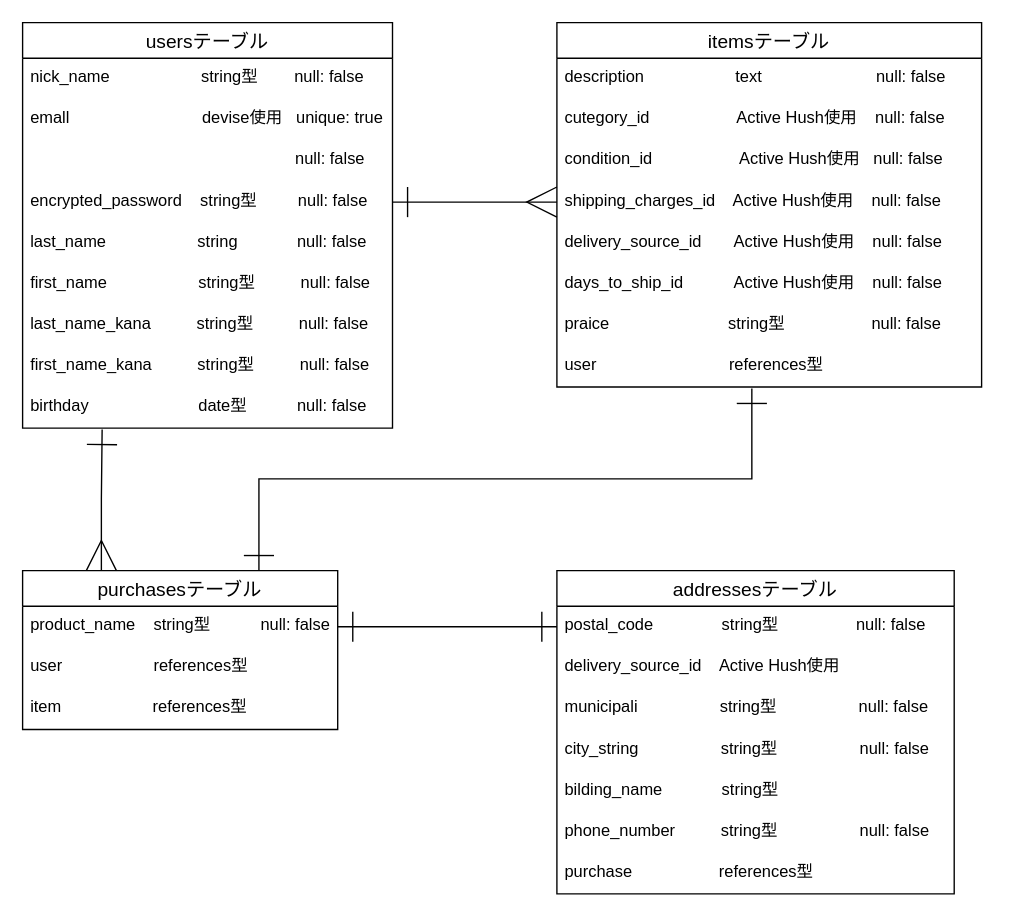
Earlier version of the draw.io diagram ER1.dio (hasemoku/furima-35430). Source tidied: cells renumbered, new cells numbered last; positions are measured from the earlier drawing's top-left corner, leaving out a move shared by most shapes. Both pictures are drawn from the tidied source at 137%, with x=0, y=0 at pixel (22, 22).
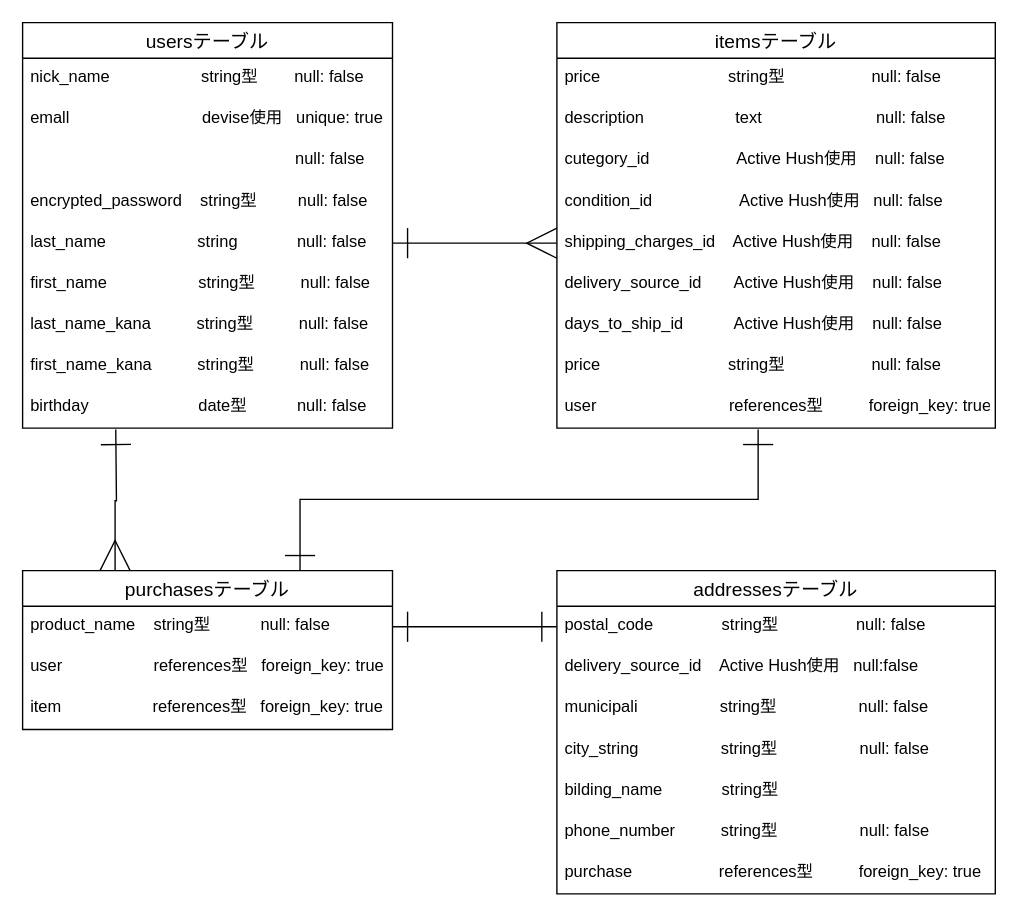
The same page after the edit.

The change refers to these unchanged cells:
```xml
<mxCell id="6" value=" encrypted_password    string型         null: false " style="text;strokeColor=none;fillColor=none;spacingLeft=4;spacingRight=4;overflow=hidden;points=[[0,0.5],[1,0.5]];portConstraint=eastwest;fontSize=12;" parent="2" vertex="1">
  <mxGeometry y="116" width="270" height="30" as="geometry" />
</mxCell>
<mxCell id="7" value="last_name                    string             null: false" style="text;strokeColor=none;fillColor=none;spacingLeft=4;spacingRight=4;overflow=hidden;points=[[0,0.5],[1,0.5]];portConstraint=eastwest;fontSize=12;" parent="2" vertex="1">
  <mxGeometry y="146" width="270" height="30" as="geometry" />
</mxCell>
<mxCell id="11" value="birthday                        date型           null: false" style="text;strokeColor=none;fillColor=none;spacingLeft=4;spacingRight=4;overflow=hidden;points=[[0,0.5],[1,0.5]];portConstraint=eastwest;fontSize=12;" parent="2" vertex="1">
  <mxGeometry y="266" width="270" height="30" as="geometry" />
</mxCell>
```

Diff of the diagram source:
```diff
@@
     <mxCell id="12" value="itemsテーブル" style="swimlane;fontStyle=0;horizontal=1;startSize=26;align=center;fontSize=14;" parent="1" vertex="1">
-      <mxGeometry x="390" width="310" height="266" as="geometry" />
+      <mxGeometry x="390" width="320" height="296" as="geometry" />
     </mxCell>
+    <mxCell id="37" value="price                            string型                   null: false" style="text;strokeColor=none;fillColor=none;spacingLeft=4;spacingRight=4;overflow=hidden;fontSize=12;" parent="12" vertex="1">
+      <mxGeometry y="26" width="320" height="30" as="geometry" />
+    </mxCell>
     <mxCell id="13" value="description                    text                         null: false" style="text;strokeColor=none;fillColor=none;spacingLeft=4;spacingRight=4;overflow=hidden;fontSize=12;" parent="12" vertex="1">
-      <mxGeometry y="26" width="310" height="30" as="geometry" />
+      <mxGeometry y="56" width="320" height="30" as="geometry" />
     </mxCell>
     <mxCell id="14" value="cutegory_id                   Active Hush使用    null: false" style="text;strokeColor=none;fillColor=none;spacingLeft=4;spacingRight=4;overflow=hidden;fontSize=12;" parent="12" vertex="1">
-      <mxGeometry y="56" width="310" height="30" as="geometry" />
+      <mxGeometry y="86" width="320" height="30" as="geometry" />
     </mxCell>
     <mxCell id="15" value="condition_id                   Active Hush使用   null: false" style="text;strokeColor=none;fillColor=none;spacingLeft=4;spacingRight=4;overflow=hidden;fontSize=12;" parent="12" vertex="1">
-      <mxGeometry y="86" width="310" height="30" as="geometry" />
+      <mxGeometry y="116" width="320" height="30" as="geometry" />
     </mxCell>
     <mxCell id="16" value="shipping_charges_id    Active Hush使用    null: false" style="text;strokeColor=none;fillColor=none;spacingLeft=4;spacingRight=4;overflow=hidden;points=[[0,0.5],[1,0.5]];portConstraint=eastwest;fontSize=12;" parent="12" vertex="1">
-      <mxGeometry y="116" width="310" height="30" as="geometry" />
+      <mxGeometry y="146" width="320" height="30" as="geometry" />
     </mxCell>
     <mxCell id="17" value="delivery_source_id       Active Hush使用    null: false" style="text;strokeColor=none;fillColor=none;spacingLeft=4;spacingRight=4;overflow=hidden;fontSize=12;" parent="12" vertex="1">
-      <mxGeometry y="146" width="310" height="30" as="geometry" />
+      <mxGeometry y="176" width="320" height="30" as="geometry" />
     </mxCell>
     <mxCell id="18" value="days_to_ship_id           Active Hush使用    null: false" style="text;strokeColor=none;fillColor=none;spacingLeft=4;spacingRight=4;overflow=hidden;fontSize=12;" parent="12" vertex="1">
-      <mxGeometry y="176" width="310" height="30" as="geometry" />
+      <mxGeometry y="206" width="320" height="30" as="geometry" />
     </mxCell>
-    <mxCell id="19" value="praice                          string型                   null: false" style="text;strokeColor=none;fillColor=none;spacingLeft=4;spacingRight=4;overflow=hidden;fontSize=12;" parent="12" vertex="1">
-      <mxGeometry y="206" width="310" height="30" as="geometry" />
+    <mxCell id="19" value="price                            string型                   null: false" style="text;strokeColor=none;fillColor=none;spacingLeft=4;spacingRight=4;overflow=hidden;fontSize=12;" parent="12" vertex="1">
+      <mxGeometry y="236" width="320" height="30" as="geometry" />
     </mxCell>
-    <mxCell id="20" value="user                             references型" style="text;strokeColor=none;fillColor=none;spacingLeft=4;spacingRight=4;overflow=hidden;points=[[0,0.5],[1,0.5]];portConstraint=eastwest;fontSize=12;" parent="12" vertex="1">
-      <mxGeometry y="236" width="310" height="30" as="geometry" />
+    <mxCell id="20" value="user                             references型          foreign_key: true" style="text;strokeColor=none;fillColor=none;spacingLeft=4;spacingRight=4;overflow=hidden;points=[[0,0.5],[1,0.5]];portConstraint=eastwest;fontSize=12;" parent="12" vertex="1">
+      <mxGeometry y="266" width="320" height="30" as="geometry" />
     </mxCell>
@@
-    <mxCell id="22" style="edgeStyle=orthogonalEdgeStyle;rounded=0;jettySize=auto;html=1;exitX=0.25;exitY=0;exitDx=0;exitDy=0;startArrow=ERmany;startFill=0;startSize=20;endArrow=ERone;endFill=0;endSize=20;entryX=0.215;entryY=1.033;entryDx=0;entryDy=0;entryPerimeter=0;" parent="1" edge="1" source="23" target="11">
-      <mxGeometry relative="1" as="geometry" />
+    <mxCell id="22" style="edgeStyle=orthogonalEdgeStyle;rounded=0;jettySize=auto;html=1;exitX=0.25;exitY=0;exitDx=0;exitDy=0;startArrow=ERmany;startFill=0;startSize=20;endArrow=ERone;endFill=0;endSize=20;" parent="1" edge="1" source="23">
+      <mxGeometry relative="1" as="geometry">
+        <mxPoint x="68" y="297" as="targetPoint" />
+      </mxGeometry>
     </mxCell>
     <mxCell id="23" value="purchasesテーブル" style="swimlane;fontStyle=0;horizontal=1;startSize=26;align=center;fontSize=14;" parent="1" vertex="1">
-      <mxGeometry y="400" width="230" height="116" as="geometry" />
+      <mxGeometry y="400" width="270" height="116" as="geometry" />
     </mxCell>
     <mxCell id="24" value="product_name    string型           null: false" style="text;strokeColor=none;fillColor=none;spacingLeft=4;spacingRight=4;overflow=hidden;points=[[0,0.5],[1,0.5]];portConstraint=eastwest;fontSize=12;" parent="23" vertex="1">
-      <mxGeometry y="26" width="230" height="30" as="geometry" />
+      <mxGeometry y="26" width="270" height="30" as="geometry" />
     </mxCell>
-    <mxCell id="25" value="user                    references型" style="text;strokeColor=none;fillColor=none;spacingLeft=4;spacingRight=4;overflow=hidden;fontSize=12;" parent="23" vertex="1">
-      <mxGeometry y="56" width="230" height="30" as="geometry" />
+    <mxCell id="25" value="user                    references型   foreign_key: true" style="text;strokeColor=none;fillColor=none;spacingLeft=4;spacingRight=4;overflow=hidden;fontSize=12;" parent="23" vertex="1">
+      <mxGeometry y="56" width="270" height="30" as="geometry" />
     </mxCell>
-    <mxCell id="26" value="item                    references型" style="text;strokeColor=none;fillColor=none;spacingLeft=4;spacingRight=4;overflow=hidden;fontSize=12;" parent="23" vertex="1">
-      <mxGeometry y="86" width="230" height="30" as="geometry" />
+    <mxCell id="26" value="item                    references型   foreign_key: true" style="text;strokeColor=none;fillColor=none;spacingLeft=4;spacingRight=4;overflow=hidden;fontSize=12;" parent="23" vertex="1">
+      <mxGeometry y="86" width="270" height="30" as="geometry" />
     </mxCell>
     <mxCell id="27" value="addressesテーブル" style="swimlane;fontStyle=0;horizontal=1;startSize=26;align=center;fontSize=14;" parent="1" vertex="1">
-      <mxGeometry x="390" y="400" width="290" height="236" as="geometry" />
+      <mxGeometry x="390" y="400" width="320" height="236" as="geometry" />
     </mxCell>
     <mxCell id="28" value="postal_code               string型                 null: false" style="text;strokeColor=none;fillColor=none;spacingLeft=4;spacingRight=4;overflow=hidden;points=[[0,0.5],[1,0.5]];portConstraint=eastwest;fontSize=12;" parent="27" vertex="1">
-      <mxGeometry y="26" width="290" height="30" as="geometry" />
+      <mxGeometry y="26" width="320" height="30" as="geometry" />
     </mxCell>
-    <mxCell id="29" value="delivery_source_id    Active Hush使用" style="text;strokeColor=none;fillColor=none;spacingLeft=4;spacingRight=4;overflow=hidden;fontSize=12;" parent="27" vertex="1">
-      <mxGeometry y="56" width="290" height="30" as="geometry" />
+    <mxCell id="29" value="delivery_source_id    Active Hush使用   null:false" style="text;strokeColor=none;fillColor=none;spacingLeft=4;spacingRight=4;overflow=hidden;fontSize=12;" parent="27" vertex="1">
+      <mxGeometry y="56" width="320" height="30" as="geometry" />
     </mxCell>
     <mxCell id="30" value="municipali                  string型                  null: false" style="text;strokeColor=none;fillColor=none;spacingLeft=4;spacingRight=4;overflow=hidden;fontSize=12;" parent="27" vertex="1">
-      <mxGeometry y="86" width="290" height="30" as="geometry" />
+      <mxGeometry y="86" width="320" height="30" as="geometry" />
     </mxCell>
     <mxCell id="31" value="city_string                  string型                  null: false" style="text;strokeColor=none;fillColor=none;spacingLeft=4;spacingRight=4;overflow=hidden;fontSize=12;" parent="27" vertex="1">
-      <mxGeometry y="116" width="290" height="30" as="geometry" />
+      <mxGeometry y="116" width="320" height="30" as="geometry" />
     </mxCell>
     <mxCell id="32" value="bilding_name             string型" style="text;strokeColor=none;fillColor=none;spacingLeft=4;spacingRight=4;overflow=hidden;fontSize=12;" parent="27" vertex="1">
-      <mxGeometry y="146" width="290" height="30" as="geometry" />
+      <mxGeometry y="146" width="320" height="30" as="geometry" />
     </mxCell>
     <mxCell id="33" value="phone_number          string型                  null: false" style="text;strokeColor=none;fillColor=none;spacingLeft=4;spacingRight=4;overflow=hidden;fontSize=12;" parent="27" vertex="1">
-      <mxGeometry y="176" width="290" height="30" as="geometry" />
+      <mxGeometry y="176" width="320" height="30" as="geometry" />
     </mxCell>
-    <mxCell id="34" value="purchase                   references型" style="text;strokeColor=none;fillColor=none;spacingLeft=4;spacingRight=4;overflow=hidden;fontSize=12;" parent="27" vertex="1">
-      <mxGeometry y="206" width="290" height="30" as="geometry" />
+    <mxCell id="34" value="purchase                   references型          foreign_key: true" style="text;strokeColor=none;fillColor=none;spacingLeft=4;spacingRight=4;overflow=hidden;fontSize=12;" parent="27" vertex="1">
+      <mxGeometry y="206" width="320" height="30" as="geometry" />
     </mxCell>
@@
-    <mxCell id="36" style="edgeStyle=orthogonalEdgeStyle;rounded=0;jettySize=auto;html=1;exitX=1;exitY=0.5;exitDx=0;exitDy=0;entryX=0;entryY=0.5;entryDx=0;entryDy=0;endArrow=ERmany;endFill=0;startArrow=ERone;startFill=0;endSize=20;startSize=20;" parent="1" edge="1" source="6" target="16">
+    <mxCell id="36" style="edgeStyle=orthogonalEdgeStyle;rounded=0;jettySize=auto;html=1;exitX=1;exitY=0.5;exitDx=0;exitDy=0;entryX=0;entryY=0.5;entryDx=0;entryDy=0;endArrow=ERmany;endFill=0;startArrow=ERone;startFill=0;endSize=20;startSize=20;" parent="1" edge="1" source="7" target="16">
       <mxGeometry relative="1" as="geometry" />
     </mxCell>
```
